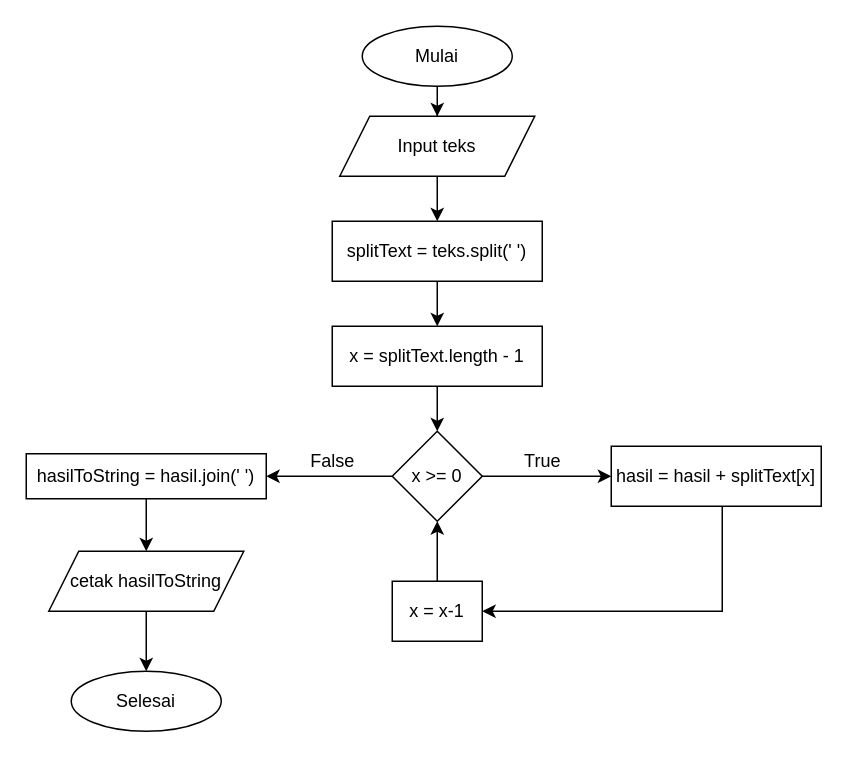
Before: page "Reverse" (2 of 4) of Tugas 2/reverse dan palindrom.drawio in taufik17/Pijar_Camp, a draw.io diagram. Source tidied: cells renumbered, new cells numbered last; positions are measured from the earlier drawing's top-left corner, leaving out a move shared by most shapes. Both pictures are drawn from the tidied source at 150%, with x=0, y=0 at pixel (26, 26).
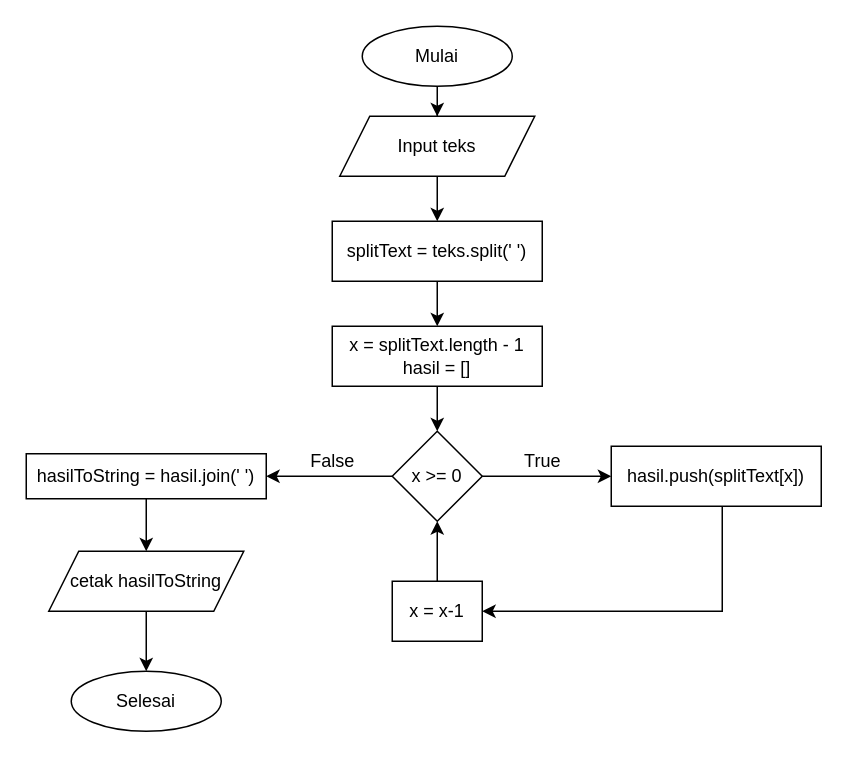
The same page after the edit.

Diff of the diagram source:
```diff
@@
-    <mxCell id="10" value="x = splitText.length - 1" style="rounded=0;whiteSpace=wrap;html=1;" parent="1" vertex="1">
+    <mxCell id="10" value="x = splitText.length - 1&lt;br&gt;hasil = []" style="rounded=0;whiteSpace=wrap;html=1;" parent="1" vertex="1">
       <mxGeometry x="204" y="200" width="140" height="40" as="geometry" />
     </mxCell>
@@
-    <mxCell id="15" value="hasil = hasil + splitText[x]" style="rounded=0;whiteSpace=wrap;html=1;" parent="1" vertex="1">
+    <mxCell id="15" value="hasil.push(splitText[x])" style="rounded=0;whiteSpace=wrap;html=1;" parent="1" vertex="1">
       <mxGeometry x="390" y="280" width="140" height="40" as="geometry" />
     </mxCell>
```
